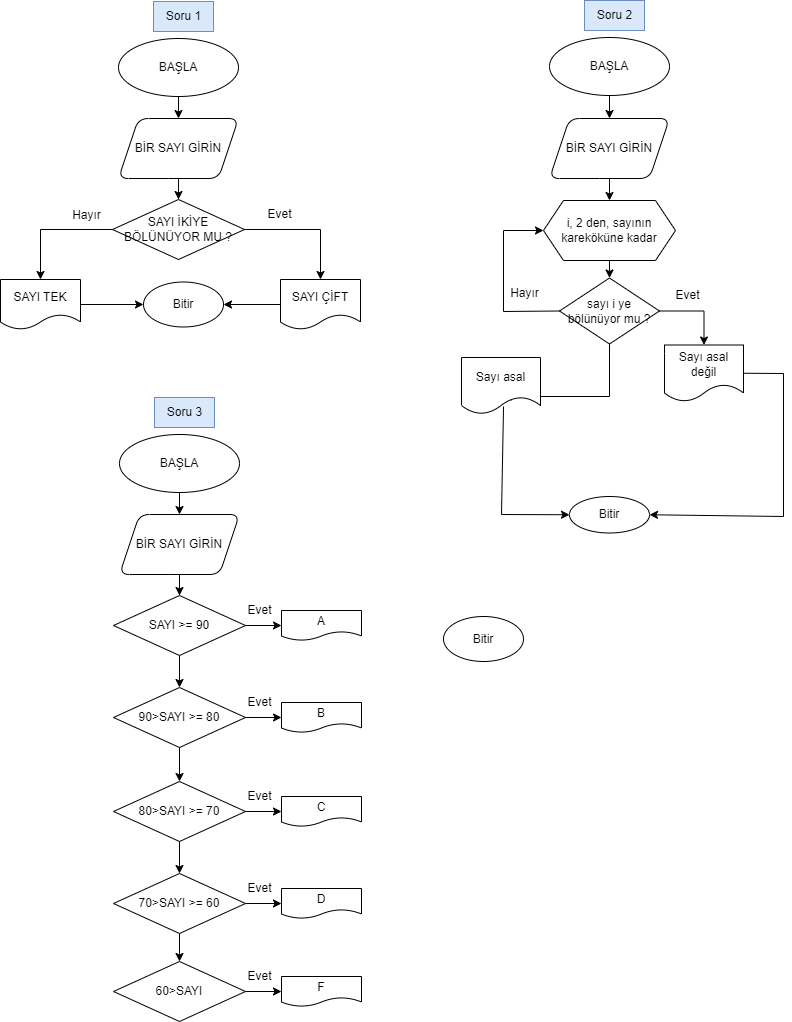
Above: AkışDiyagramıÇözüm.png in csargin/TURKSTUDENTCO-DATA-SCIENCE-BOOTCAMP (draw.io), before the change. Source tidied: cells renumbered, new cells last; positions are measured from the earlier drawing's top-left corner, leaving out a move shared by most shapes.
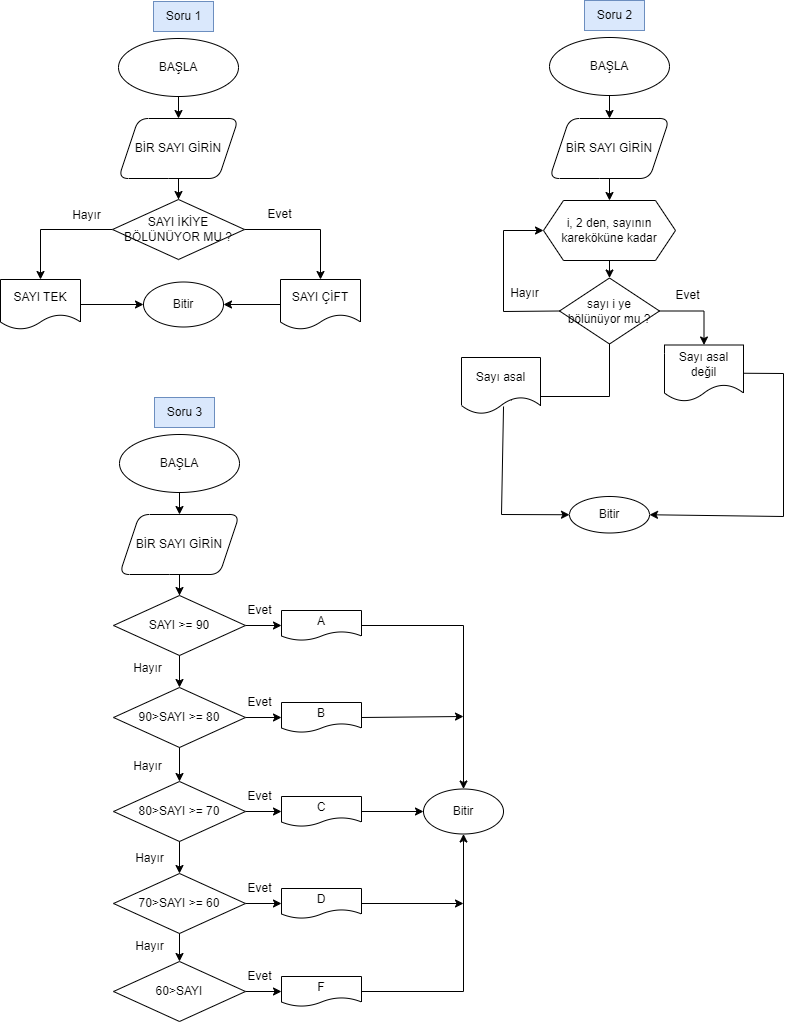
Later version of the same file.

Diff of the diagram source:
```diff
@@ -148,7 +148,7 @@
       <mxGeometry x="154" y="397" width="60" height="30" as="geometry" />
     </mxCell>
     <mxCell id="44" value="Bitir" style="ellipse;whiteSpace=wrap;html=1;" parent="1" vertex="1">
-      <mxGeometry x="443" y="616" width="80" height="45" as="geometry" />
+      <mxGeometry x="423" y="788.5" width="80" height="45" as="geometry" />
     </mxCell>
     <mxCell id="45" style="edgeStyle=orthogonalEdgeStyle;rounded=0;jettySize=auto;html=1;" parent="1" edge="1" source="46" target="47">
       <mxGeometry relative="1" as="geometry" />
@@ -210,5 +210,44 @@
     <mxCell id="64" style="endArrow=classic;html=1;rounded=0;entryX=0.5;entryY=0;entryDx=0;entryDy=0;exitX=0.5;exitY=1;exitDx=0;exitDy=0;" parent="1" edge="1" source="56" target="61">
       <mxGeometry relative="1" as="geometry" />
     </mxCell>
+    <mxCell id="65" style="endArrow=classic;html=1;rounded=0;exitX=1;exitY=0.5;exitDx=0;exitDy=0;entryX=0.5;entryY=0;entryDx=0;entryDy=0;" parent="1" edge="1" source="41" target="44">
+      <mxGeometry relative="1" as="geometry">
+        <Array as="points">
+          <mxPoint x="463" y="625" />
+        </Array>
+      </mxGeometry>
+    </mxCell>
+    <mxCell id="66" style="endArrow=classic;html=1;rounded=0;exitX=1;exitY=0.5;exitDx=0;exitDy=0;" parent="1" edge="1" source="47">
+      <mxGeometry relative="1" as="geometry">
+        <mxPoint x="463" y="716" as="targetPoint" />
+      </mxGeometry>
+    </mxCell>
+    <mxCell id="67" style="endArrow=classic;html=1;rounded=0;entryX=0.5;entryY=1;entryDx=0;entryDy=0;exitX=1;exitY=0.5;exitDx=0;exitDy=0;" parent="1" edge="1" source="62" target="44">
+      <mxGeometry relative="1" as="geometry">
+        <Array as="points">
+          <mxPoint x="463" y="991" />
+        </Array>
+      </mxGeometry>
+    </mxCell>
+    <mxCell id="68" style="endArrow=classic;html=1;rounded=0;exitX=1;exitY=0.5;exitDx=0;exitDy=0;" parent="1" edge="1" source="57">
+      <mxGeometry relative="1" as="geometry">
+        <mxPoint x="463" y="903" as="targetPoint" />
+      </mxGeometry>
+    </mxCell>
+    <mxCell id="69" style="endArrow=classic;html=1;rounded=0;exitX=1;exitY=0.5;exitDx=0;exitDy=0;entryX=0;entryY=0.5;entryDx=0;entryDy=0;" parent="1" edge="1" source="53" target="44">
+      <mxGeometry relative="1" as="geometry" />
+    </mxCell>
+    <mxCell id="70" value="Hayır" style="text;html=1;align=center;verticalAlign=middle;strokeColor=none;fillColor=none;" parent="1" vertex="1">
+      <mxGeometry x="122" y="653" width="50" height="30" as="geometry" />
+    </mxCell>
+    <mxCell id="71" value="Hayır" style="text;html=1;align=center;verticalAlign=middle;strokeColor=none;fillColor=none;" parent="1" vertex="1">
+      <mxGeometry x="122" y="751" width="50" height="30" as="geometry" />
+    </mxCell>
+    <mxCell id="72" value="Hayır" style="text;html=1;align=center;verticalAlign=middle;strokeColor=none;fillColor=none;" parent="1" vertex="1">
+      <mxGeometry x="124" y="843" width="50" height="30" as="geometry" />
+    </mxCell>
+    <mxCell id="73" value="Hayır" style="text;html=1;align=center;verticalAlign=middle;strokeColor=none;fillColor=none;" parent="1" vertex="1">
+      <mxGeometry x="124" y="931" width="50" height="30" as="geometry" />
+    </mxCell>
   </root>
 </mxGraphModel>
```
